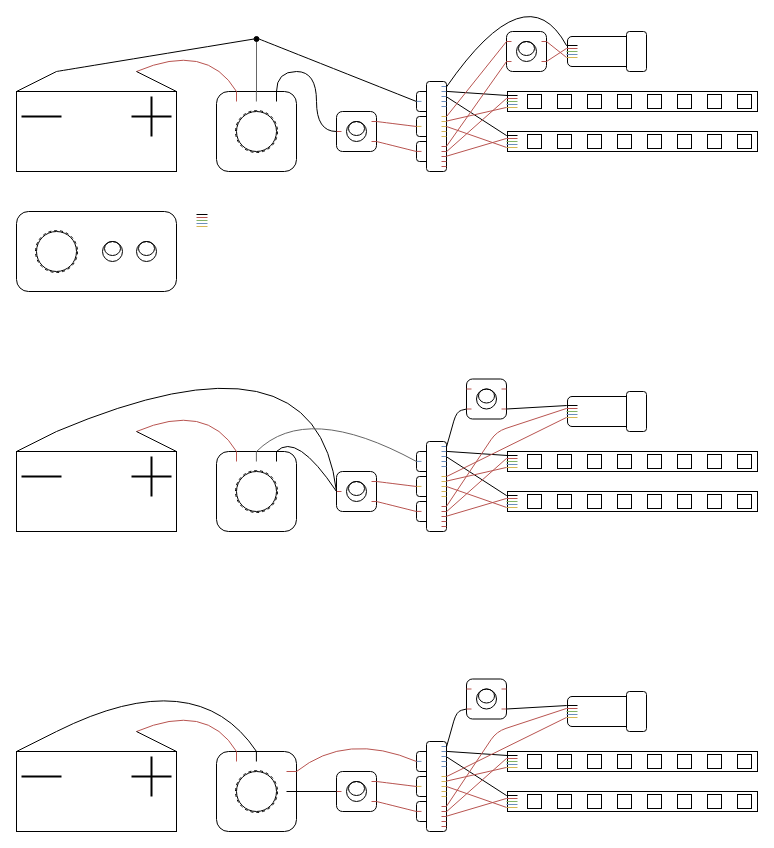
Above: led-wiring.drawio in vinas94/drawio (draw.io), before the change. Source tidied: cells renumbered, new cells numbered last; positions are measured from the earlier drawing's top-left corner, leaving out a move shared by most shapes. Both pictures are drawn from the tidied source at 100%, with x=0, y=0 at pixel (16, -29).
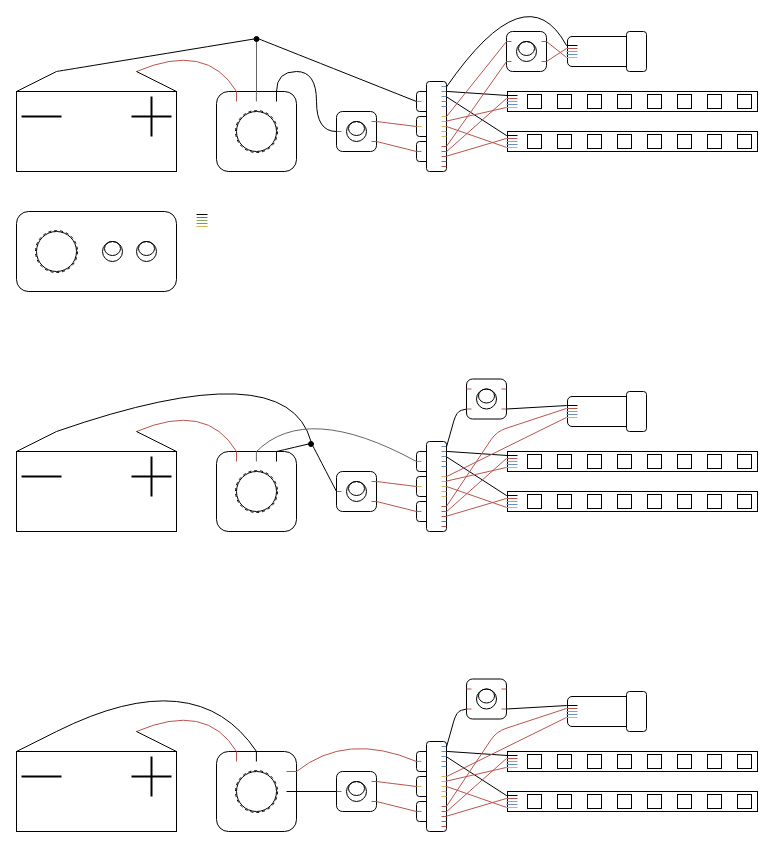
Above is the later version.

Unchanged cells that the change refers to:
```xml
<mxCell id="136" style="rounded=1;whiteSpace=wrap;html=1;" parent="135" vertex="1">
  <mxGeometry width="80" height="80" as="geometry" />
</mxCell>
<mxCell id="160" style="rounded=1;whiteSpace=wrap;html=1;" parent="159" vertex="1">
  <mxGeometry width="40" height="40" as="geometry" />
</mxCell>
<mxCell id="187" style="rounded=0;whiteSpace=wrap;html=1;strokeColor=none;align=center;verticalAlign=middle;fontFamily=Helvetica;fontSize=12;fontColor=default;fillColor=none;" parent="186" vertex="1">
  <mxGeometry width="160" height="100" as="geometry" />
</mxCell>
```

The edit, as a diff of the source:
```diff
@@
-    <mxCell id="167" style="endArrow=none;html=1;rounded=0;fontFamily=Helvetica;fontSize=12;fontColor=default;exitX=0.75;exitY=0;exitDx=0;exitDy=0;fillColor=#f5f5f5;strokeColor=#000000;entryX=0;entryY=0.5;entryDx=0;entryDy=0;curved=1;" parent="1" edge="1" source="136" target="160">
-      <mxGeometry relative="1" as="geometry">
-        <Array as="points">
-          <mxPoint x="280" y="460" />
-        </Array>
-      </mxGeometry>
+    <mxCell id="167" style="endArrow=none;html=1;rounded=0;fontFamily=Helvetica;fontSize=12;fontColor=default;exitX=0.75;exitY=0;exitDx=0;exitDy=0;fillColor=#f5f5f5;strokeColor=#000000;curved=1;entryX=0;entryY=0.5;entryDx=0;entryDy=0;" parent="1" edge="1" source="136" target="367">
+      <mxGeometry relative="1" as="geometry" />
     </mxCell>
-    <mxCell id="168" style="endArrow=none;html=1;rounded=0;fontFamily=Helvetica;fontSize=12;fontColor=default;entryX=0;entryY=0.5;entryDx=0;entryDy=0;curved=1;exitX=0.25;exitY=0;exitDx=0;exitDy=0;" parent="1" edge="1" source="187" target="160">
+    <mxCell id="168" style="endArrow=none;html=1;rounded=0;fontFamily=Helvetica;fontSize=12;fontColor=default;curved=1;exitX=0.25;exitY=0;exitDx=0;exitDy=0;entryX=0.5;entryY=0;entryDx=0;entryDy=0;" parent="1" edge="1" source="187" target="367">
       <mxGeometry relative="1" as="geometry">
         <Array as="points">
-          <mxPoint x="300" y="350" />
+          <mxPoint x="270" y="380" />
         </Array>
       </mxGeometry>
     </mxCell>
@@
+    <mxCell id="366" style="endArrow=none;html=1;rounded=0;fontFamily=Helvetica;fontSize=12;fontColor=default;fillColor=#f5f5f5;strokeColor=#000000;curved=1;entryX=0;entryY=0.5;entryDx=0;entryDy=0;exitX=1;exitY=1;exitDx=0;exitDy=0;" parent="1" edge="1" source="367" target="160">
+      <mxGeometry relative="1" as="geometry" />
+    </mxCell>
+    <mxCell id="367" style="ellipse;whiteSpace=wrap;html=1;rounded=0;strokeColor=default;align=center;verticalAlign=middle;fontFamily=Helvetica;fontSize=12;fontColor=default;fillColor=#000000;" parent="1" vertex="1">
+      <mxGeometry x="292" y="470" width="5" height="5" as="geometry" />
+    </mxCell>
```
